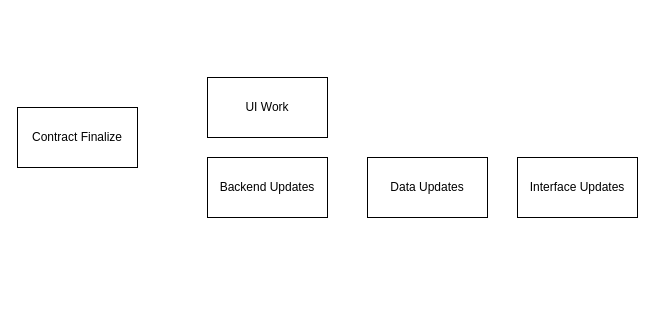
The draw.io diagram page "API Work" (2 of 2) of kroger.drawio in aayush-tuladhar-kr/drawio, before the edit. Source tidied: cells renumbered, new cells numbered last; positions are measured from the earlier drawing's top-left corner, leaving out a move shared by most shapes. Both pictures are drawn from the tidied source at 100%, with x=0, y=0 at pixel (17, 77).
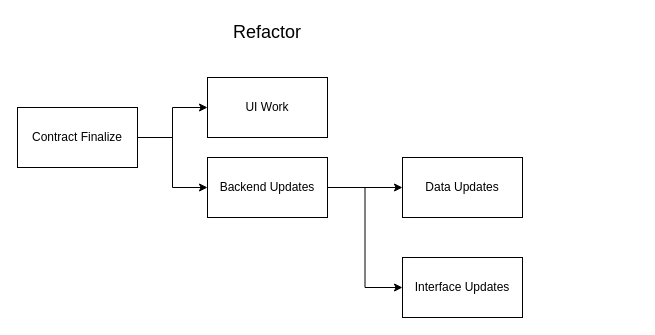
Above is the later version.

Change to the diagram source:
```diff
@@
 <mxGraphModel>
   <root>
     <mxCell id="0" />
     <mxCell id="1" parent="0" />
     <mxCell id="2" value="UI Work" style="rounded=0;whiteSpace=wrap;html=1;" parent="1" vertex="1">
       <mxGeometry x="190" width="120" height="60" as="geometry" />
     </mxCell>
+    <mxCell id="7" style="edgeStyle=orthogonalEdgeStyle;rounded=0;jettySize=auto;html=1;" parent="1" edge="1" source="3" target="5">
+      <mxGeometry relative="1" as="geometry" />
+    </mxCell>
+    <mxCell id="8" style="edgeStyle=orthogonalEdgeStyle;rounded=0;jettySize=auto;html=1;entryX=0;entryY=0.5;entryDx=0;entryDy=0;" parent="1" edge="1" source="3" target="6">
+      <mxGeometry relative="1" as="geometry" />
+    </mxCell>
     <mxCell id="3" value="Backend Updates" style="rounded=0;whiteSpace=wrap;html=1;" parent="1" vertex="1">
       <mxGeometry x="190" y="80" width="120" height="60" as="geometry" />
     </mxCell>
+    <mxCell id="9" style="edgeStyle=orthogonalEdgeStyle;rounded=0;jettySize=auto;html=1;" parent="1" edge="1" source="4" target="2">
+      <mxGeometry relative="1" as="geometry" />
+    </mxCell>
+    <mxCell id="10" style="edgeStyle=orthogonalEdgeStyle;rounded=0;jettySize=auto;html=1;entryX=0;entryY=0.5;entryDx=0;entryDy=0;" parent="1" edge="1" source="4" target="3">
+      <mxGeometry relative="1" as="geometry" />
+    </mxCell>
     <mxCell id="4" value="Contract Finalize" style="rounded=0;whiteSpace=wrap;html=1;" parent="1" vertex="1">
       <mxGeometry y="30" width="120" height="60" as="geometry" />
     </mxCell>
     <mxCell id="5" value="Data Updates" style="rounded=0;whiteSpace=wrap;html=1;" parent="1" vertex="1">
-      <mxGeometry x="350" y="80" width="120" height="60" as="geometry" />
+      <mxGeometry x="385" y="80" width="120" height="60" as="geometry" />
     </mxCell>
     <mxCell id="6" value="Interface Updates" style="rounded=0;whiteSpace=wrap;html=1;" parent="1" vertex="1">
-      <mxGeometry x="500" y="80" width="120" height="60" as="geometry" />
+      <mxGeometry x="385" y="180" width="120" height="60" as="geometry" />
     </mxCell>
+    <mxCell id="11" value="&lt;font style=&quot;font-size: 18px;&quot;&gt;Refactor&lt;/font&gt;" style="text;html=1;align=center;verticalAlign=middle;whiteSpace=wrap;rounded=0;" parent="1" vertex="1">
+      <mxGeometry x="220" y="-60" width="60" height="30" as="geometry" />
+    </mxCell>
   </root>
 </mxGraphModel>
```
